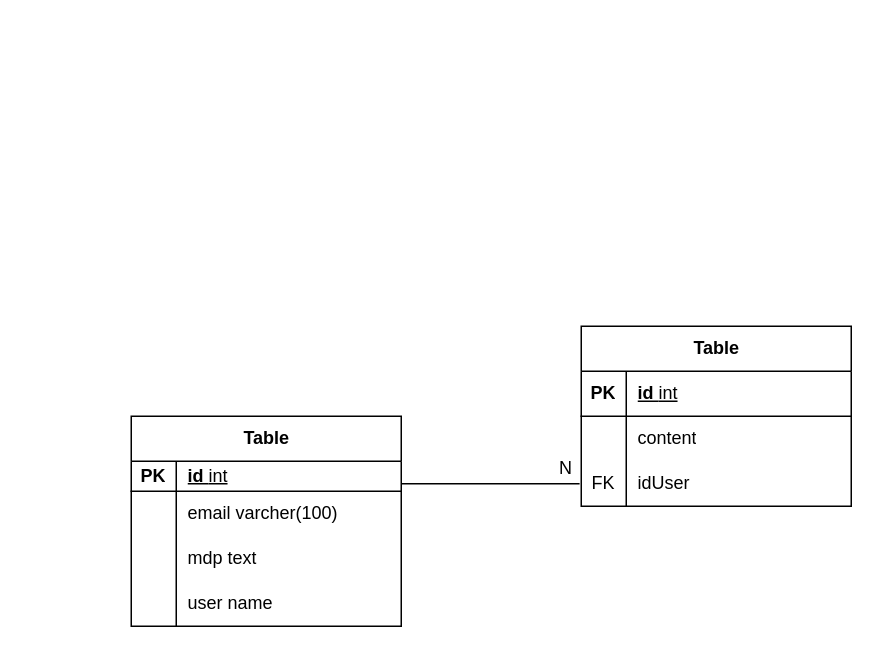
The draw.io diagram 06-database/01-sql/myFirstSchema.drawio in Hiromi-k57/DWWM2025, before the edit. Source tidied: cells renumbered, new cells numbered last; positions are measured from the earlier drawing's top-left corner, leaving out a move shared by most shapes. Both pictures are drawn from the tidied source at 150%, with x=0, y=0 at pixel (130, 326).
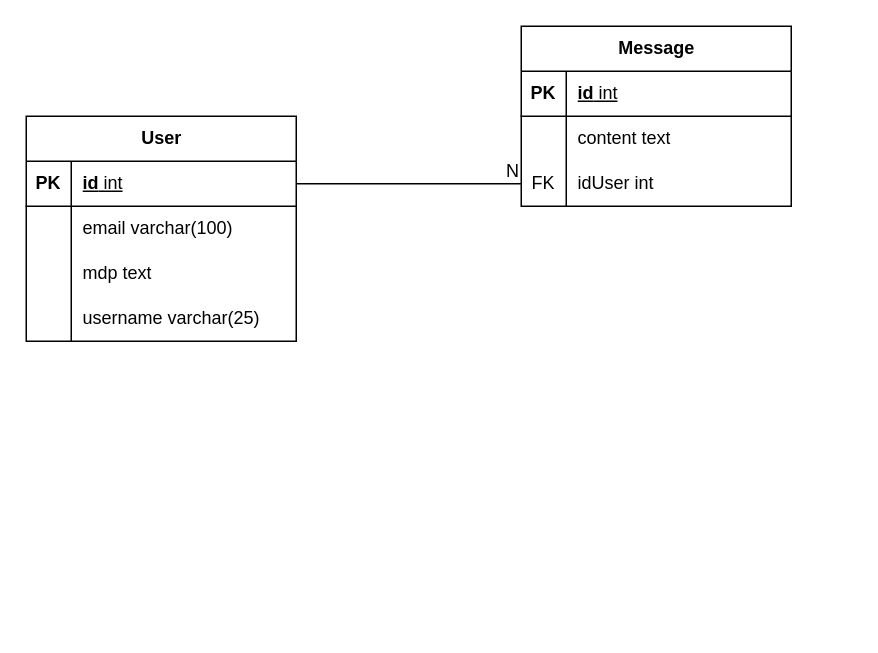
The same page after the edit.

The edit, as a diff of the source:
```diff
@@
-    <mxCell id="2" value="Table" style="shape=table;startSize=30;childLayout=tableLayout;rowLines=0;fontStyle=1;align=center;html=1;" parent="1" vertex="1">
-      <mxGeometry y="60" width="180" height="140" as="geometry" />
-    </mxCell>
-    <mxCell id="3" style="shape=tableRow;horizontal=0;startSize=0;swimlaneHead=0;swimlaneBody=0;fillColor=none;top=0;left=0;right=0;bottom=1;" parent="2" vertex="1">
-      <mxGeometry y="30" width="180" height="20" as="geometry" />
-    </mxCell>
-    <mxCell id="4" value="PK" style="shape=partialRectangle;fillColor=none;top=0;left=0;bottom=0;right=0;fontStyle=1;overflow=hidden;whiteSpace=wrap;html=1;" parent="3" vertex="1">
-      <mxGeometry width="30" height="20" as="geometry" />
-    </mxCell>
-    <mxCell id="5" value="id&amp;nbsp;&lt;span style=&quot;font-weight: normal;&quot;&gt;int&lt;/span&gt;" style="shape=partialRectangle;fillColor=none;top=0;left=0;bottom=0;right=0;align=left;spacingLeft=6;fontStyle=5;overflow=hidden;whiteSpace=wrap;html=1;" parent="3" vertex="1">
-      <mxGeometry x="30" width="150" height="20" as="geometry" />
-    </mxCell>
-    <mxCell id="6" style="shape=tableRow;horizontal=0;startSize=0;swimlaneHead=0;swimlaneBody=0;fillColor=none;top=0;left=0;right=0;bottom=0;" parent="2" vertex="1">
-      <mxGeometry y="50" width="180" height="30" as="geometry" />
-    </mxCell>
-    <mxCell id="7" style="shape=partialRectangle;fillColor=none;top=0;left=0;bottom=0;right=0;overflow=hidden;whiteSpace=wrap;html=1;" parent="6" vertex="1">
-      <mxGeometry width="30" height="30" as="geometry" />
-    </mxCell>
-    <mxCell id="8" value="email varcher(100)" style="shape=partialRectangle;fillColor=none;top=0;left=0;bottom=0;right=0;align=left;spacingLeft=6;overflow=hidden;whiteSpace=wrap;html=1;" parent="6" vertex="1">
-      <mxGeometry x="30" width="150" height="30" as="geometry" />
-    </mxCell>
-    <mxCell id="9" style="shape=tableRow;horizontal=0;startSize=0;swimlaneHead=0;swimlaneBody=0;fillColor=none;top=0;left=0;right=0;bottom=0;" parent="2" vertex="1">
-      <mxGeometry y="80" width="180" height="30" as="geometry" />
-    </mxCell>
-    <mxCell id="10" style="shape=partialRectangle;fillColor=none;top=0;left=0;bottom=0;right=0;overflow=hidden;whiteSpace=wrap;html=1;" parent="9" vertex="1">
-      <mxGeometry width="30" height="30" as="geometry" />
-    </mxCell>
+    <mxCell id="27" value="User" style="shape=table;startSize=30;childLayout=tableLayout;rowLines=0;fontStyle=1;align=center;html=1;" parent="1" vertex="1">
+      <mxGeometry x="-70" y="-140" width="180" height="150" as="geometry" />
+    </mxCell>
+    <mxCell id="28" style="shape=tableRow;horizontal=0;startSize=0;swimlaneHead=0;swimlaneBody=0;fillColor=none;points=[[0,0.5],[1,0.5]];portConstraint=eastwest;top=0;left=0;right=0;bottom=1;" parent="27" vertex="1">
+      <mxGeometry y="30" width="180" height="30" as="geometry" />
+    </mxCell>
+    <mxCell id="29" value="PK" style="shape=partialRectangle;fillColor=none;top=0;left=0;bottom=0;right=0;fontStyle=1;overflow=hidden;whiteSpace=wrap;html=1;" parent="28" vertex="1">
+      <mxGeometry width="30" height="30" as="geometry" />
+    </mxCell>
+    <mxCell id="30" value="id&lt;span style=&quot;font-weight: normal;&quot;&gt; int&lt;/span&gt;" style="shape=partialRectangle;fillColor=none;top=0;left=0;bottom=0;right=0;align=left;spacingLeft=6;fontStyle=5;overflow=hidden;whiteSpace=wrap;html=1;" parent="28" vertex="1">
+      <mxGeometry x="30" width="150" height="30" as="geometry" />
+    </mxCell>
+    <mxCell id="31" style="shape=tableRow;horizontal=0;startSize=0;swimlaneHead=0;swimlaneBody=0;fillColor=none;top=0;left=0;right=0;bottom=0;" parent="27" vertex="1">
+      <mxGeometry y="60" width="180" height="30" as="geometry" />
+    </mxCell>
+    <mxCell id="32" style="shape=partialRectangle;fillColor=none;top=0;left=0;bottom=0;right=0;overflow=hidden;whiteSpace=wrap;html=1;" parent="31" vertex="1">
+      <mxGeometry width="30" height="30" as="geometry" />
+    </mxCell>
+    <mxCell id="33" value="email varchar(100)" style="shape=partialRectangle;fillColor=none;top=0;left=0;bottom=0;right=0;align=left;spacingLeft=6;overflow=hidden;whiteSpace=wrap;html=1;" parent="31" vertex="1">
+      <mxGeometry x="30" width="150" height="30" as="geometry" />
+    </mxCell>
+    <mxCell id="34" style="shape=tableRow;horizontal=0;startSize=0;swimlaneHead=0;swimlaneBody=0;fillColor=none;top=0;left=0;right=0;bottom=0;" parent="27" vertex="1">
+      <mxGeometry y="90" width="180" height="30" as="geometry" />
+    </mxCell>
+    <mxCell id="35" style="shape=partialRectangle;fillColor=none;top=0;left=0;bottom=0;right=0;overflow=hidden;whiteSpace=wrap;html=1;" parent="34" vertex="1">
+      <mxGeometry width="30" height="30" as="geometry" />
+    </mxCell>
-    <mxCell id="11" value="mdp text" style="shape=partialRectangle;fillColor=none;top=0;left=0;bottom=0;right=0;align=left;spacingLeft=6;overflow=hidden;whiteSpace=wrap;html=1;" parent="9" vertex="1">
+    <mxCell id="11" value="mdp text" style="shape=partialRectangle;fillColor=none;top=0;left=0;bottom=0;right=0;align=left;spacingLeft=6;overflow=hidden;whiteSpace=wrap;html=1;" parent="34" vertex="1">
       <mxGeometry x="30" width="150" height="30" as="geometry" />
     </mxCell>
-    <mxCell id="12" style="shape=tableRow;horizontal=0;startSize=0;swimlaneHead=0;swimlaneBody=0;fillColor=none;top=0;left=0;right=0;bottom=0;" parent="2" vertex="1">
-      <mxGeometry y="110" width="180" height="30" as="geometry" />
-    </mxCell>
-    <mxCell id="13" style="shape=partialRectangle;fillColor=none;top=0;left=0;bottom=0;right=0;overflow=hidden;whiteSpace=wrap;html=1;" parent="12" vertex="1">
-      <mxGeometry width="30" height="30" as="geometry" />
-    </mxCell>
-    <mxCell id="14" value="user name" style="shape=partialRectangle;fillColor=none;top=0;left=0;bottom=0;right=0;align=left;spacingLeft=6;overflow=hidden;whiteSpace=wrap;html=1;" parent="12" vertex="1">
-      <mxGeometry x="30" width="150" height="30" as="geometry" />
-    </mxCell>
-    <mxCell id="15" value="Table" style="shape=table;startSize=30;childLayout=tableLayout;rowLines=0;fontStyle=1;align=center;html=1;" parent="1" vertex="1">
-      <mxGeometry x="300" width="180" height="120" as="geometry" />
-    </mxCell>
-    <mxCell id="16" style="shape=tableRow;horizontal=0;startSize=0;swimlaneHead=0;swimlaneBody=0;fillColor=none;top=0;left=0;right=0;bottom=1;" parent="15" vertex="1">
-      <mxGeometry y="30" width="180" height="30" as="geometry" />
-    </mxCell>
-    <mxCell id="17" value="PK" style="shape=partialRectangle;fillColor=none;top=0;left=0;bottom=0;right=0;fontStyle=1;overflow=hidden;whiteSpace=wrap;html=1;" parent="16" vertex="1">
-      <mxGeometry width="30" height="30" as="geometry" />
-    </mxCell>
-    <mxCell id="18" value="id &lt;span style=&quot;font-weight: normal;&quot;&gt;int&lt;/span&gt;" style="shape=partialRectangle;fillColor=none;top=0;left=0;bottom=0;right=0;align=left;spacingLeft=6;fontStyle=5;overflow=hidden;whiteSpace=wrap;html=1;" parent="16" vertex="1">
-      <mxGeometry x="30" width="150" height="30" as="geometry" />
-    </mxCell>
-    <mxCell id="19" style="shape=tableRow;horizontal=0;startSize=0;swimlaneHead=0;swimlaneBody=0;fillColor=none;top=0;left=0;right=0;bottom=0;" parent="15" vertex="1">
-      <mxGeometry y="60" width="180" height="30" as="geometry" />
-    </mxCell>
-    <mxCell id="20" style="shape=partialRectangle;fillColor=none;top=0;left=0;bottom=0;right=0;overflow=hidden;whiteSpace=wrap;html=1;" parent="19" vertex="1">
-      <mxGeometry width="30" height="30" as="geometry" />
-    </mxCell>
-    <mxCell id="21" value="content" style="shape=partialRectangle;fillColor=none;top=0;left=0;bottom=0;right=0;align=left;spacingLeft=6;overflow=hidden;whiteSpace=wrap;html=1;" parent="19" vertex="1">
-      <mxGeometry x="30" width="150" height="30" as="geometry" />
-    </mxCell>
-    <mxCell id="22" style="shape=tableRow;horizontal=0;startSize=0;swimlaneHead=0;swimlaneBody=0;fillColor=none;top=0;left=0;right=0;bottom=0;" parent="15" vertex="1">
-      <mxGeometry y="90" width="180" height="30" as="geometry" />
-    </mxCell>
+    <mxCell id="36" style="shape=tableRow;horizontal=0;startSize=0;swimlaneHead=0;swimlaneBody=0;fillColor=none;top=0;left=0;right=0;bottom=0;" parent="27" vertex="1">
+      <mxGeometry y="120" width="180" height="30" as="geometry" />
+    </mxCell>
+    <mxCell id="37" style="shape=partialRectangle;fillColor=none;top=0;left=0;bottom=0;right=0;overflow=hidden;whiteSpace=wrap;html=1;" parent="36" vertex="1">
+      <mxGeometry width="30" height="30" as="geometry" />
+    </mxCell>
+    <mxCell id="38" value="username varchar(25)" style="shape=partialRectangle;fillColor=none;top=0;left=0;bottom=0;right=0;align=left;spacingLeft=6;overflow=hidden;whiteSpace=wrap;html=1;" parent="36" vertex="1">
+      <mxGeometry x="30" width="150" height="30" as="geometry" />
+    </mxCell>
+    <mxCell id="39" value="Message" style="shape=table;startSize=30;childLayout=tableLayout;rowLines=0;fontStyle=1;align=center;html=1;" parent="1" vertex="1">
+      <mxGeometry x="260" y="-200" width="180" height="120" as="geometry" />
+    </mxCell>
+    <mxCell id="40" style="shape=tableRow;horizontal=0;startSize=0;swimlaneHead=0;swimlaneBody=0;fillColor=none;top=0;left=0;right=0;bottom=1;" parent="39" vertex="1">
+      <mxGeometry y="30" width="180" height="30" as="geometry" />
+    </mxCell>
+    <mxCell id="41" value="PK" style="shape=partialRectangle;fillColor=none;top=0;left=0;bottom=0;right=0;fontStyle=1;overflow=hidden;whiteSpace=wrap;html=1;" parent="40" vertex="1">
+      <mxGeometry width="30" height="30" as="geometry" />
+    </mxCell>
+    <mxCell id="42" value="id&lt;span style=&quot;font-weight: normal;&quot;&gt;&amp;nbsp;int&lt;/span&gt;" style="shape=partialRectangle;fillColor=none;top=0;left=0;bottom=0;right=0;align=left;spacingLeft=6;fontStyle=5;overflow=hidden;whiteSpace=wrap;html=1;" parent="40" vertex="1">
+      <mxGeometry x="30" width="150" height="30" as="geometry" />
+    </mxCell>
+    <mxCell id="43" style="shape=tableRow;horizontal=0;startSize=0;swimlaneHead=0;swimlaneBody=0;fillColor=none;top=0;left=0;right=0;bottom=0;" parent="39" vertex="1">
+      <mxGeometry y="60" width="180" height="30" as="geometry" />
+    </mxCell>
+    <mxCell id="44" style="shape=partialRectangle;fillColor=none;top=0;left=0;bottom=0;right=0;overflow=hidden;whiteSpace=wrap;html=1;" parent="43" vertex="1">
+      <mxGeometry width="30" height="30" as="geometry" />
+    </mxCell>
+    <mxCell id="45" value="content text" style="shape=partialRectangle;fillColor=none;top=0;left=0;bottom=0;right=0;align=left;spacingLeft=6;overflow=hidden;whiteSpace=wrap;html=1;" parent="43" vertex="1">
+      <mxGeometry x="30" width="150" height="30" as="geometry" />
+    </mxCell>
+    <mxCell id="46" style="shape=tableRow;horizontal=0;startSize=0;swimlaneHead=0;swimlaneBody=0;fillColor=none;points=[[0,0.5],[1,0.5]];portConstraint=eastwest;top=0;left=0;right=0;bottom=0;" parent="39" vertex="1">
+      <mxGeometry y="90" width="180" height="30" as="geometry" />
+    </mxCell>
-    <mxCell id="23" value="FK" style="shape=partialRectangle;fillColor=none;top=0;left=0;bottom=0;right=0;overflow=hidden;whiteSpace=wrap;html=1;" parent="22" vertex="1">
+    <mxCell id="23" value="FK" style="shape=partialRectangle;fillColor=none;top=0;left=0;bottom=0;right=0;overflow=hidden;whiteSpace=wrap;html=1;" parent="46" vertex="1">
       <mxGeometry width="30" height="30" as="geometry" />
     </mxCell>
-    <mxCell id="24" value="&lt;span style=&quot;color: rgb(0, 0, 0);&quot;&gt;idUser&lt;/span&gt;" style="shape=partialRectangle;fillColor=none;top=0;left=0;bottom=0;right=0;align=left;spacingLeft=6;overflow=hidden;whiteSpace=wrap;html=1;" parent="22" vertex="1">
-      <mxGeometry x="30" width="150" height="30" as="geometry" />
-    </mxCell>
-    <mxCell id="25" style="endArrow=none;html=1;exitX=1;exitY=0.167;exitDx=0;exitDy=0;exitPerimeter=0;entryX=-0.006;entryY=0.167;entryDx=0;entryDy=0;entryPerimeter=0;" parent="1" edge="1">
-      <mxGeometry relative="1" as="geometry">
-        <mxPoint x="180" y="105" as="sourcePoint" />
-        <mxPoint x="298.9" y="105" as="targetPoint" />
-      </mxGeometry>
-    </mxCell>
+    <mxCell id="47" value="idUser int" style="shape=partialRectangle;fillColor=none;top=0;left=0;bottom=0;right=0;align=left;spacingLeft=6;overflow=hidden;whiteSpace=wrap;html=1;" parent="46" vertex="1">
+      <mxGeometry x="30" width="150" height="30" as="geometry" />
+    </mxCell>
+    <mxCell id="48" style="endArrow=none;html=1;rounded=0;exitX=1;exitY=0.5;exitDx=0;exitDy=0;entryX=0;entryY=0.5;entryDx=0;entryDy=0;" parent="1" edge="1" source="28" target="46">
+      <mxGeometry relative="1" as="geometry" />
+    </mxCell>
-    <mxCell id="26" value="N" style="text;html=1;align=center;verticalAlign=middle;whiteSpace=wrap;rounded=0;" parent="1" vertex="1">
-      <mxGeometry x="280" y="80" width="20" height="30" as="geometry" />
+    <mxCell id="26" value="N" style="html=1;whiteSpace=wrap;align=right;verticalAlign=bottom;" parent="48" vertex="1">
+      <mxGeometry x="1" relative="1" as="geometry" />
     </mxCell>
```
